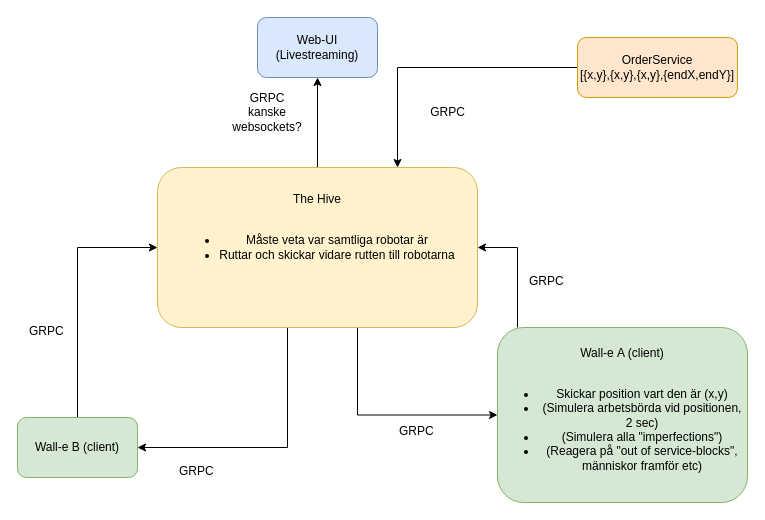
Before: project.drawio in MMorsell/warehouse-controlsystem, a draw.io diagram. Source tidied: cells renumbered, new cells numbered last; positions are measured from the earlier drawing's top-left corner, leaving out a move shared by most shapes. Both pictures are drawn from the tidied source at 100%, with x=0, y=0 at pixel (17, 17).
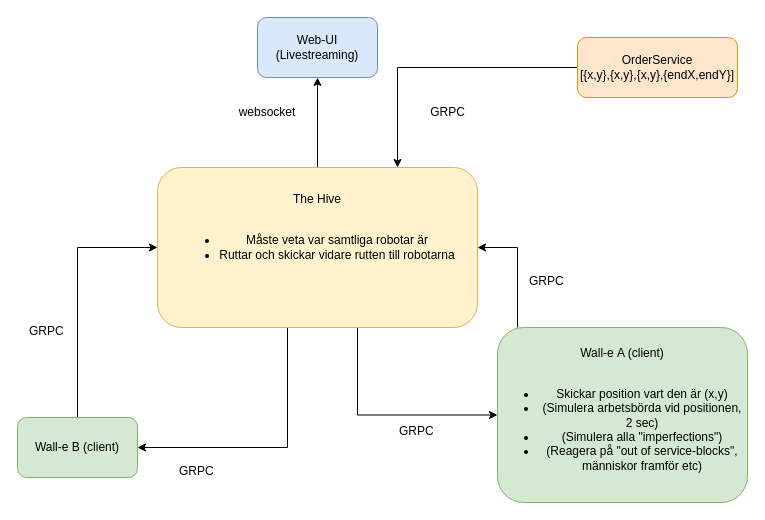
The same diagram, later.

Commit message (it also covers changes not shown here):
updated project structure with definite protocol usage

The edit, as a diff of the source:
```diff
@@
-    <mxCell id="13" value="GRPC&lt;br&gt;kanske websockets?" style="text;html=1;strokeColor=none;fillColor=none;align=center;verticalAlign=middle;whiteSpace=wrap;rounded=0;" parent="1" vertex="1">
+    <mxCell id="13" value="websocket" style="text;html=1;strokeColor=none;fillColor=none;align=center;verticalAlign=middle;whiteSpace=wrap;rounded=0;" parent="1" vertex="1">
       <mxGeometry x="220" y="80" width="60" height="30" as="geometry" />
     </mxCell>
```
